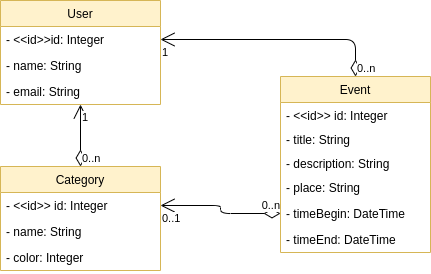
This is Modelo_Conceitual.png from GPMS/trabalhoDAW, a draw.io export, as it was before one commit. Source tidied: cells renumbered, new cells last; positions are measured from the earlier drawing's top-left corner, leaving out a move shared by most shapes.
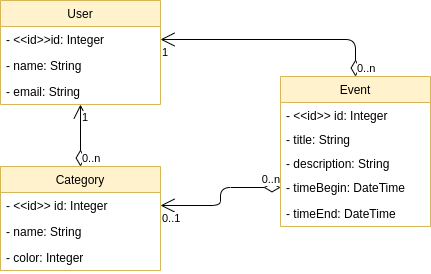
Above is the later version.

What changed in the source:
```diff
@@ -15,7 +15,7 @@
       <mxGeometry y="78" width="160" height="26" as="geometry" />
     </mxCell>
     <mxCell id="6" value="Event" style="swimlane;fontStyle=0;horizontal=1;startSize=26;fillColor=#fff2cc;strokeColor=#d6b656;" parent="1" vertex="1">
-      <mxGeometry x="280" y="76" width="150" height="176" as="geometry" />
+      <mxGeometry x="280" y="76" width="150" height="150" as="geometry" />
     </mxCell>
     <mxCell id="7" value="- &lt;&lt;id&gt;&gt; id: Integer" style="text;strokeColor=none;fillColor=none;align=left;verticalAlign=top;spacingLeft=4;spacingRight=4;overflow=hidden;" parent="6" vertex="1">
       <mxGeometry y="26" width="150" height="24" as="geometry" />
@@ -26,14 +26,11 @@
     <mxCell id="9" value="- description: String" style="text;strokeColor=none;fillColor=none;align=left;verticalAlign=top;spacingLeft=4;spacingRight=4;overflow=hidden;" parent="6" vertex="1">
       <mxGeometry y="74" width="150" height="24" as="geometry" />
     </mxCell>
-    <mxCell id="10" value="- place: String" style="text;strokeColor=none;fillColor=none;align=left;verticalAlign=top;spacingLeft=4;spacingRight=4;overflow=hidden;" parent="6" vertex="1">
-      <mxGeometry y="98" width="150" height="26" as="geometry" />
-    </mxCell>
     <mxCell id="11" value="- timeBegin: DateTime&#10;&#10;" style="text;strokeColor=none;fillColor=none;align=left;verticalAlign=top;spacingLeft=4;spacingRight=4;overflow=hidden;points=[[0,0.5],[1,0.5]];portConstraint=eastwest;" parent="6" vertex="1">
-      <mxGeometry y="124" width="150" height="26" as="geometry" />
+      <mxGeometry y="98" width="150" height="26" as="geometry" />
     </mxCell>
     <mxCell id="12" value="- timeEnd: DateTime&#10;" style="text;strokeColor=none;fillColor=none;align=left;verticalAlign=top;spacingLeft=4;spacingRight=4;overflow=hidden;" parent="6" vertex="1">
-      <mxGeometry y="150" width="150" height="26" as="geometry" />
+      <mxGeometry y="124" width="150" height="26" as="geometry" />
     </mxCell>
     <mxCell id="13" value="Category" style="swimlane;fontStyle=0;horizontal=1;startSize=26;fillColor=#fff2cc;strokeColor=#d6b656;" parent="1" vertex="1">
       <mxGeometry y="166" width="160" height="104" as="geometry" />
@@ -77,7 +74,7 @@
     <mxCell id="23" style="endArrow=open;html=1;endSize=12;startArrow=diamondThin;startSize=14;startFill=0;edgeStyle=orthogonalEdgeStyle;entryX=1;entryY=0.5;entryDx=0;entryDy=0;exitX=0;exitY=0.5;exitDx=0;exitDy=0;" parent="1" edge="1" source="11" target="14">
       <mxGeometry relative="1" as="geometry">
         <Array as="points">
-          <mxPoint x="220" y="213" />
+          <mxPoint x="220" y="187" />
           <mxPoint x="220" y="205" />
         </Array>
       </mxGeometry>
```
